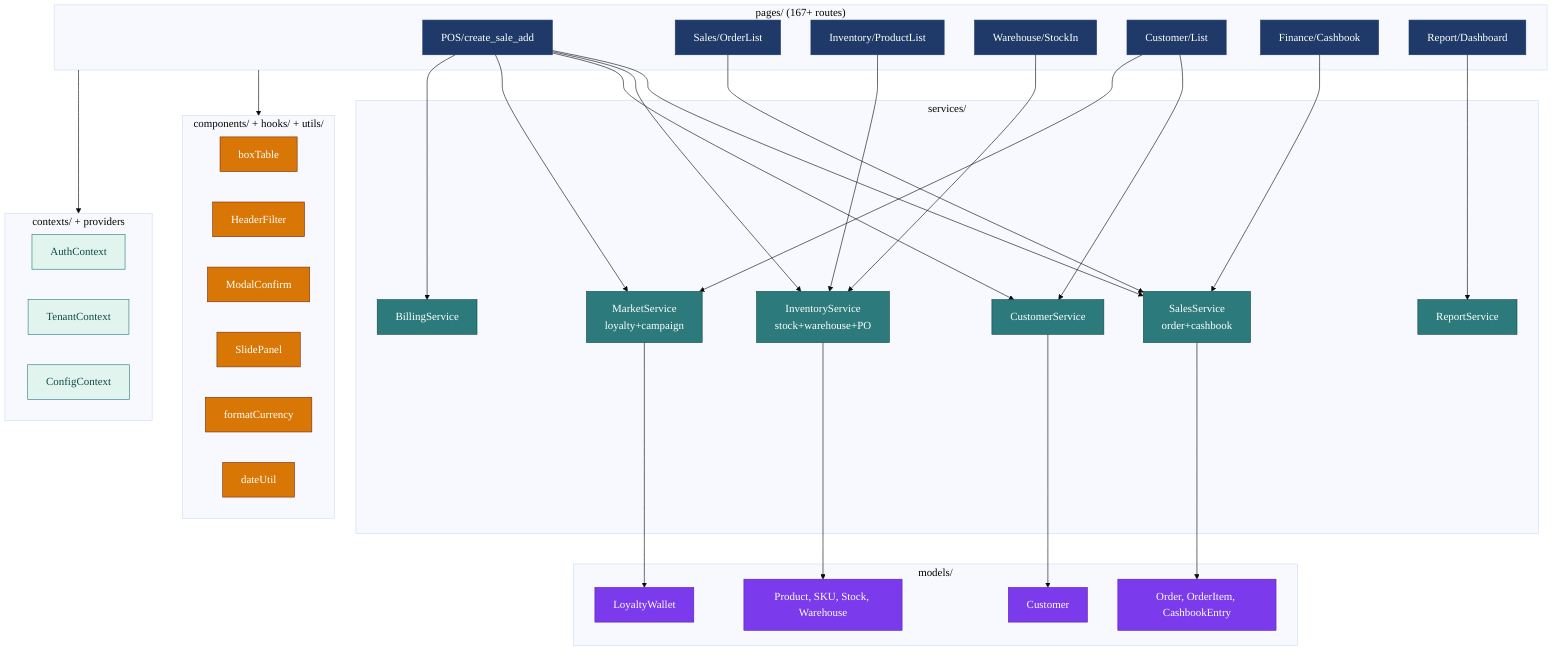
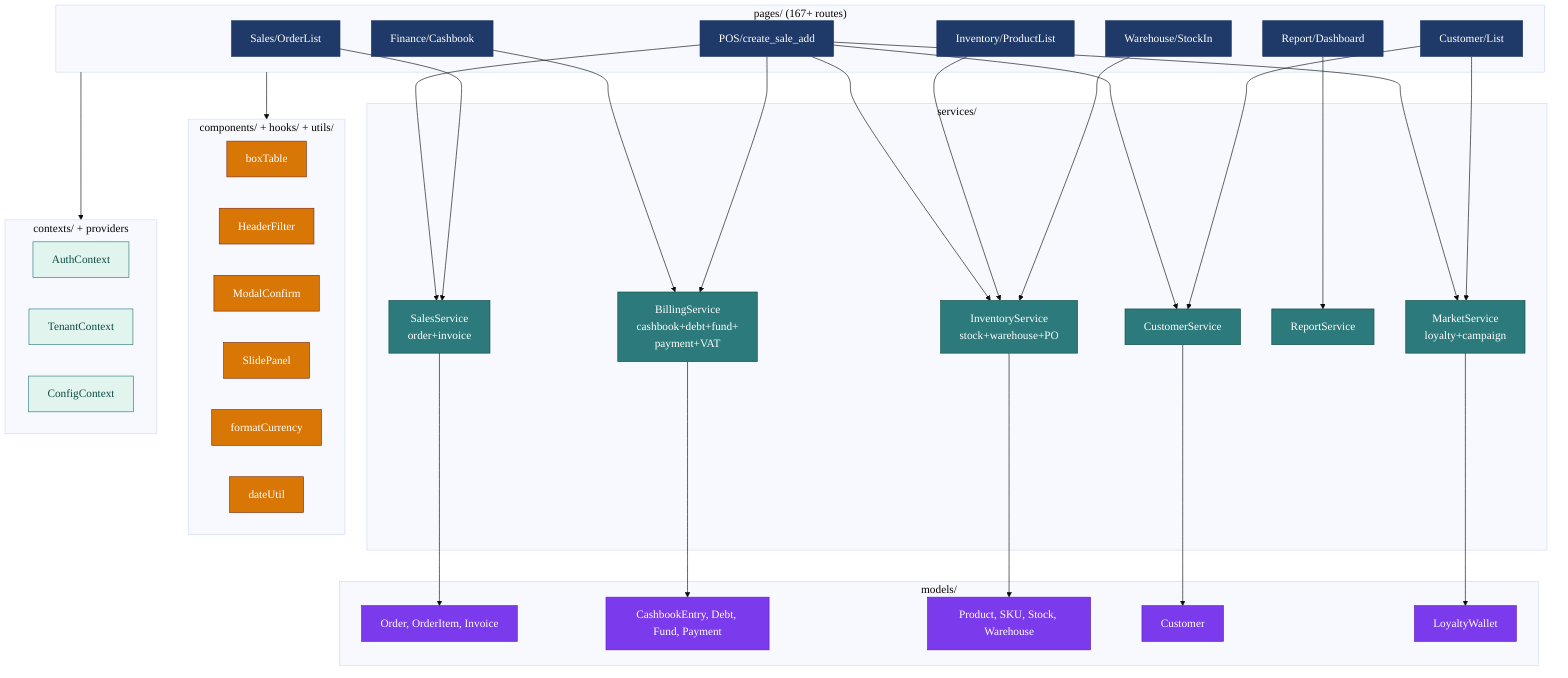
%%{init: {'theme':'base','themeVariables':{'fontFamily':'Calibri','fontSize':'18px'}}}%%
flowchart TB
    subgraph PAGES["pages/ (167+ routes)"]
      POS_P[POS/create_sale_add]
      ORD_P[Sales/OrderList]
      INV_P[Inventory/ProductList]
      WH_P[Warehouse/StockIn]
      CUST_P[Customer/List]
      FIN_P[Finance/Cashbook]
      RPT_P[Report/Dashboard]
    end

    subgraph SERVICES["services/"]
-       SS[SalesService<br/>order+cashbook]
+       SS[SalesService<br/>order+invoice]
      IS[InventoryService<br/>stock+warehouse+PO]
      CS[CustomerService]
      MS[MarketService<br/>loyalty+campaign]
      RS[ReportService]
-       BS[BillingService]
+       BS[BillingService<br/>cashbook+debt+fund+<br/>payment+VAT]
    end

    subgraph MODELS["models/"]
-       M_ORD[Order, OrderItem, CashbookEntry]
+       M_ORD[Order, OrderItem, Invoice]
+       M_BILL[CashbookEntry, Debt, Fund, Payment]
      M_PRD[Product, SKU, Stock, Warehouse]
      M_CUST[Customer]
      M_LOY[LoyaltyWallet]
    end

    subgraph SHARED["components/ + hooks/ + utils/"]
      BOX[boxTable]
      HF[HeaderFilter]
      MC[ModalConfirm]
      SP[SlidePanel]
      FMT[formatCurrency]
      DT[dateUtil]
    end

    subgraph CTX["contexts/ + providers"]
      AUTH[AuthContext]
      TENANT[TenantContext]
      CFG[ConfigContext]
    end

    POS_P --> SS
    POS_P --> IS
    POS_P --> CS
    POS_P --> MS
    ORD_P --> SS
    INV_P --> IS
    WH_P --> IS
    CUST_P --> CS
    CUST_P --> MS
-     FIN_P --> SS
+     FIN_P --> BS
    RPT_P --> RS
    POS_P --> BS

    SS --> M_ORD
+     BS --> M_BILL
    IS --> M_PRD
    CS --> M_CUST
    MS --> M_LOY

    PAGES --> SHARED
    PAGES --> CTX

    classDef pg fill:#1F3A68,stroke:#1F3A68,color:#fff
    classDef sv fill:#2C7A7B,stroke:#0F4C44,color:#fff
    classDef md fill:#7C3AED,stroke:#5B21B6,color:#fff
    classDef sh fill:#D97706,stroke:#7C2D12,color:#fff
    classDef cx fill:#E1F5EE,stroke:#2C7A7B,color:#0F4C44

    class POS_P,ORD_P,INV_P,WH_P,CUST_P,FIN_P,RPT_P pg
    class SS,IS,CS,MS,RS,BS sv
-     class M_ORD,M_PRD,M_CUST,M_LOY md
+     class M_ORD,M_BILL,M_PRD,M_CUST,M_LOY md
    class BOX,HF,MC,SP,FMT,DT sh
    class AUTH,TENANT,CFG cx
